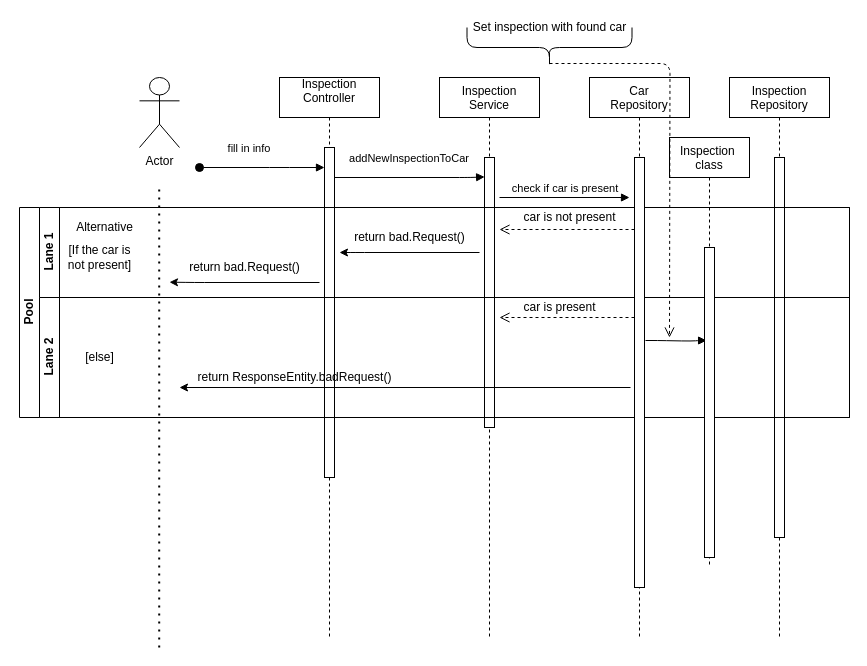
Above: .mvn/Untitled Diagram.drawio in qixiaoling/Backend-project (draw.io), before the change. Source tidied: cells renumbered, new cells numbered last; positions are measured from the earlier drawing's top-left corner, leaving out a move shared by most shapes. Both pictures are drawn from the tidied source at 100%, with x=0, y=0 at pixel (19, 17).
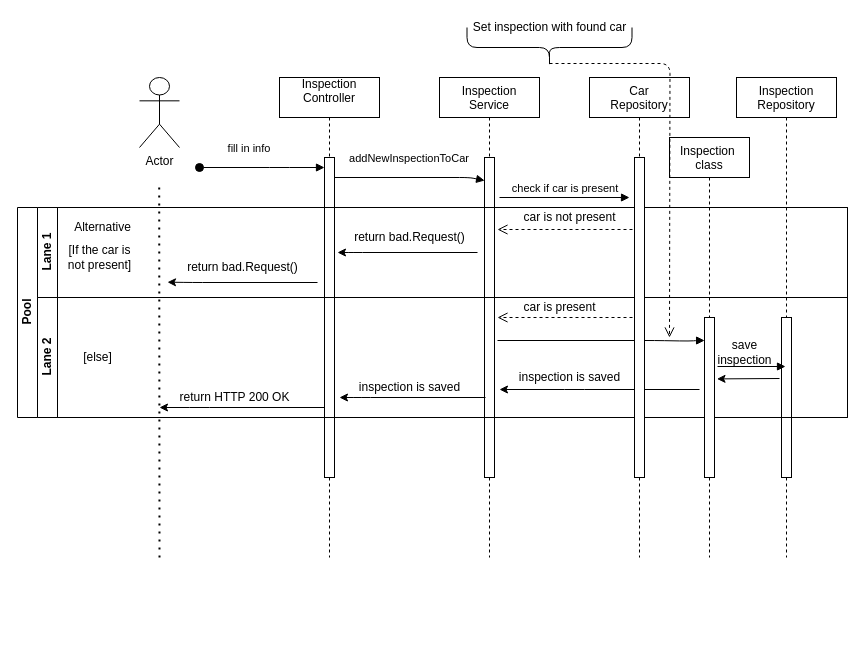
Above is the later version.

The change refers to these unchanged cells:
```xml
<mxCell id="13" value="Lane 1" style="swimlane;html=1;startSize=20;horizontal=0;" parent="12" vertex="1">
  <mxGeometry x="20" width="810" height="90" as="geometry" />
</mxCell>
<mxCell id="19" value="Lane 2" style="swimlane;html=1;startSize=20;horizontal=0;" parent="12" vertex="1">
  <mxGeometry x="20" y="90" width="810" height="120" as="geometry" />
</mxCell>
```

Change to the diagram source:
```diff
@@
     <mxCell id="2" value="Inspection&#10;Controller&#10;" style="shape=umlLifeline;perimeter=lifelinePerimeter;rounded=0;shadow=0;strokeWidth=1;" parent="1" vertex="1">
-      <mxGeometry x="260" y="60" width="100" height="560" as="geometry" />
+      <mxGeometry x="260" y="60" width="100" height="480" as="geometry" />
     </mxCell>
     <mxCell id="3" style="points=[];perimeter=orthogonalPerimeter;rounded=0;shadow=0;strokeWidth=1;" parent="2" vertex="1">
-      <mxGeometry x="45" y="70" width="10" height="330" as="geometry" />
+      <mxGeometry x="45" y="80" width="10" height="320" as="geometry" />
     </mxCell>
@@
     <mxCell id="5" value="Inspection &#10;Service" style="shape=umlLifeline;perimeter=lifelinePerimeter;rounded=0;shadow=0;strokeWidth=1;" parent="1" vertex="1">
-      <mxGeometry x="420" y="60" width="100" height="560" as="geometry" />
+      <mxGeometry x="420" y="60" width="100" height="480" as="geometry" />
     </mxCell>
     <mxCell id="6" style="points=[];perimeter=orthogonalPerimeter;rounded=0;shadow=0;strokeWidth=1;" parent="5" vertex="1">
-      <mxGeometry x="45" y="80" width="10" height="270" as="geometry" />
+      <mxGeometry x="45" y="80" width="10" height="320" as="geometry" />
     </mxCell>
@@
     <mxCell id="8" value="Inspection &#10;Repository" style="shape=umlLifeline;perimeter=lifelinePerimeter;rounded=0;shadow=0;strokeWidth=1;" parent="1" vertex="1">
-      <mxGeometry x="710" y="60" width="100" height="560" as="geometry" />
+      <mxGeometry x="717" y="60" width="100" height="480" as="geometry" />
     </mxCell>
     <mxCell id="9" style="perimeter=orthogonalPerimeter;rounded=0;shadow=0;strokeWidth=1;" parent="8" vertex="1">
-      <mxGeometry x="45" y="80" width="10" height="380" as="geometry" />
+      <mxGeometry x="45" y="240" width="10" height="160" as="geometry" />
     </mxCell>
@@
     <mxCell id="12" value="Pool" style="swimlane;html=1;horizontal=0;startSize=20;" parent="1" vertex="1">
-      <mxGeometry y="190" width="830" height="210" as="geometry" />
+      <mxGeometry x="-2" y="190" width="830" height="210" as="geometry" />
     </mxCell>
@@
-    <mxCell id="16" style="endArrow=classic;html=1;" parent="13" edge="1">
-      <mxGeometry relative="1" as="geometry">
-        <mxPoint x="440" y="45" as="sourcePoint" />
-        <mxPoint x="300" y="45" as="targetPoint" />
-        <Array as="points">
-          <mxPoint x="315" y="45" />
-        </Array>
-      </mxGeometry>
-    </mxCell>
@@
-    <mxCell id="20" style="endArrow=classic;html=1;exitX=0.982;exitY=1.028;exitDx=0;exitDy=0;exitPerimeter=0;" parent="19" edge="1">
+    <mxCell id="20" style="endArrow=classic;html=1;entryX=1.255;entryY=0.453;entryDx=0;entryDy=0;entryPerimeter=0;" parent="19" edge="1">
       <mxGeometry relative="1" as="geometry">
-        <mxPoint x="591" y="90" as="sourcePoint" />
-        <mxPoint x="140" y="90" as="targetPoint" />
+        <mxPoint x="742" y="81" as="sourcePoint" />
+        <mxPoint x="679.5" y="81.4" as="targetPoint" />
       </mxGeometry>
     </mxCell>
-    <mxCell id="21" value="return ResponseEntity.badRequest()" style="text;html=1;align=center;verticalAlign=middle;" parent="19" vertex="1">
-      <mxGeometry x="150" y="70" width="210" height="20" as="geometry" />
-    </mxCell>
@@
     <mxCell id="24" style="verticalAlign=bottom;endArrow=block;entryX=0.014;entryY=0.072;shadow=0;strokeWidth=1;entryDx=0;entryDy=0;entryPerimeter=0;" parent="19" edge="1">
       <mxGeometry y="10" relative="1" as="geometry">
-        <mxPoint x="606" y="43" as="sourcePoint" />
+        <mxPoint x="460" y="43" as="sourcePoint" />
         <mxPoint x="667.1" y="43" as="targetPoint" />
         <Array as="points">
           <mxPoint x="617" y="43" />
           <mxPoint x="652" y="43.6" />
           <mxPoint x="660" y="43" />
         </Array>
       </mxGeometry>
     </mxCell>
+    <mxCell id="38" style="verticalAlign=bottom;endArrow=block;shadow=0;strokeWidth=1;" parent="19" edge="1">
+      <mxGeometry y="10" relative="1" as="geometry">
+        <mxPoint x="680" y="69" as="sourcePoint" />
+        <mxPoint x="748" y="69" as="targetPoint" />
+      </mxGeometry>
+    </mxCell>
+    <mxCell id="39" value="save &lt;br&gt;inspection&lt;br&gt;" style="text;html=1;align=center;verticalAlign=middle;" parent="19" vertex="1">
+      <mxGeometry x="672" y="40" width="70" height="30" as="geometry" />
+    </mxCell>
+    <mxCell id="40" style="endArrow=classic;html=1;" parent="19" edge="1">
+      <mxGeometry relative="1" as="geometry">
+        <mxPoint x="662" y="92" as="sourcePoint" />
+        <mxPoint x="462" y="92" as="targetPoint" />
+        <Array as="points">
+          <mxPoint x="537" y="92" />
+        </Array>
+      </mxGeometry>
+    </mxCell>
+    <mxCell id="41" style="endArrow=classic;html=1;" parent="19" edge="1">
+      <mxGeometry relative="1" as="geometry">
+        <mxPoint x="287" y="110" as="sourcePoint" />
+        <mxPoint x="122" y="110" as="targetPoint" />
+        <Array as="points">
+          <mxPoint x="162" y="110" />
+        </Array>
+      </mxGeometry>
+    </mxCell>
+    <mxCell id="42" style="endArrow=classic;html=1;" parent="19" edge="1">
+      <mxGeometry relative="1" as="geometry">
+        <mxPoint x="448" y="100" as="sourcePoint" />
+        <mxPoint x="302" y="100" as="targetPoint" />
+        <Array as="points">
+          <mxPoint x="323" y="100" />
+        </Array>
+      </mxGeometry>
+    </mxCell>
+    <mxCell id="43" value="return HTTP 200 OK" style="text;html=1;align=center;verticalAlign=middle;" parent="19" vertex="1">
+      <mxGeometry x="132" y="90" width="130" height="20" as="geometry" />
+    </mxCell>
+    <mxCell id="44" value="inspection is saved" style="text;html=1;align=center;verticalAlign=middle;" parent="19" vertex="1">
+      <mxGeometry x="312" y="80" width="120" height="20" as="geometry" />
+    </mxCell>
     <mxCell id="25" value="Car &#10;Repository" style="shape=umlLifeline;perimeter=lifelinePerimeter;rounded=0;shadow=0;strokeWidth=1;" parent="1" vertex="1">
-      <mxGeometry x="570" y="60" width="100" height="560" as="geometry" />
+      <mxGeometry x="570" y="60" width="100" height="480" as="geometry" />
     </mxCell>
     <mxCell id="26" style="perimeter=orthogonalPerimeter;rounded=0;shadow=0;strokeWidth=1;" parent="25" vertex="1">
-      <mxGeometry x="45" y="80" width="10" height="430" as="geometry" />
+      <mxGeometry x="45" y="80" width="10" height="320" as="geometry" />
     </mxCell>
     <mxCell id="27" style="endArrow=none;dashed=1;html=1;dashPattern=1 3;strokeWidth=2;" parent="1" edge="1">
       <mxGeometry relative="1" as="geometry">
-        <mxPoint x="139.7" y="630" as="sourcePoint" />
+        <mxPoint x="140" y="540" as="sourcePoint" />
         <mxPoint x="139.7" y="170" as="targetPoint" />
       </mxGeometry>
     </mxCell>
@@
     <mxCell id="31" value="Inspection &#10;class" style="shape=umlLifeline;perimeter=lifelinePerimeter;rounded=0;shadow=0;strokeWidth=1;" parent="1" vertex="1">
-      <mxGeometry x="650" y="120" width="80" height="430" as="geometry" />
+      <mxGeometry x="650" y="120" width="80" height="420" as="geometry" />
     </mxCell>
     <mxCell id="32" style="perimeter=orthogonalPerimeter;rounded=0;shadow=0;strokeWidth=1;" parent="31" vertex="1">
-      <mxGeometry x="35" y="110" width="10" height="310" as="geometry" />
+      <mxGeometry x="35" y="180" width="10" height="160" as="geometry" />
     </mxCell>
@@
+    <mxCell id="45" style="endArrow=classic;html=1;" parent="1" edge="1">
+      <mxGeometry relative="1" as="geometry">
+        <mxPoint x="458" y="235" as="sourcePoint" />
+        <mxPoint x="318" y="235" as="targetPoint" />
+        <Array as="points">
+          <mxPoint x="333" y="235" />
+        </Array>
+      </mxGeometry>
+    </mxCell>
+    <mxCell id="46" value="inspection is saved" style="text;html=1;align=center;verticalAlign=middle;" parent="1" vertex="1">
+      <mxGeometry x="490" y="350" width="120" height="20" as="geometry" />
+    </mxCell>
```
